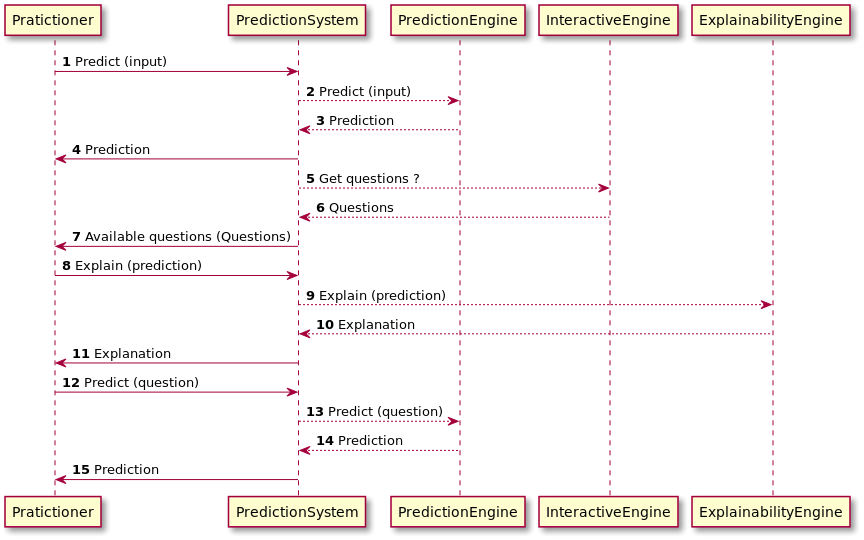
Before: documentation/plantuml/SequenceView_RPGStyle.png, a diagram exported from PlantUML (gitgabrio/interactive-predictions). Its source is kept beside it as documentation/plantuml/SequenceView_RPGStyle.puml.
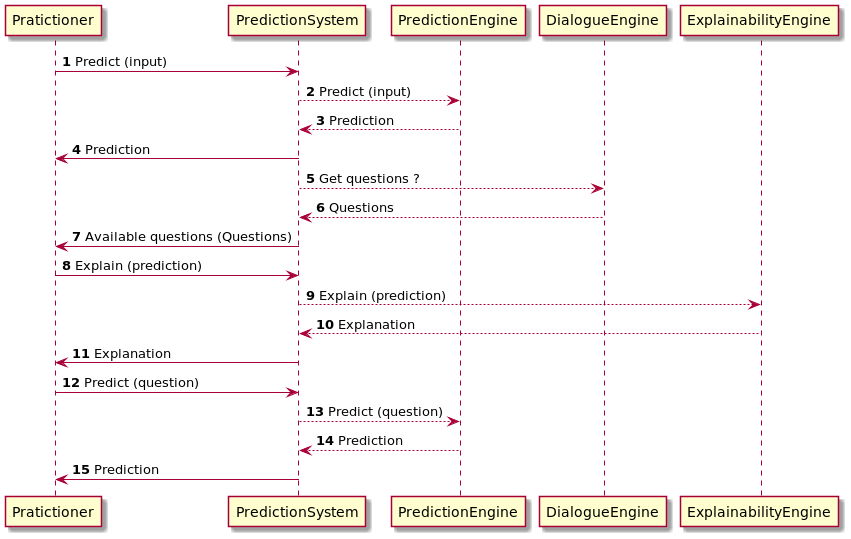
The same file after the commit.

Change to the diagram source:
```diff
@@ -6,8 +6,8 @@
 PredictionSystem --> PredictionEngine: Predict (input)
 PredictionEngine --> PredictionSystem: Prediction
 PredictionSystem -> Pratictioner: Prediction
-PredictionSystem --> InteractiveEngine: Get questions ?
-InteractiveEngine --> PredictionSystem: Questions
+PredictionSystem --> DialogueEngine: Get questions ?
+DialogueEngine --> PredictionSystem: Questions
 PredictionSystem -> Pratictioner: Available questions (Questions)
 
 Pratictioner -> PredictionSystem: Explain (prediction)
```
